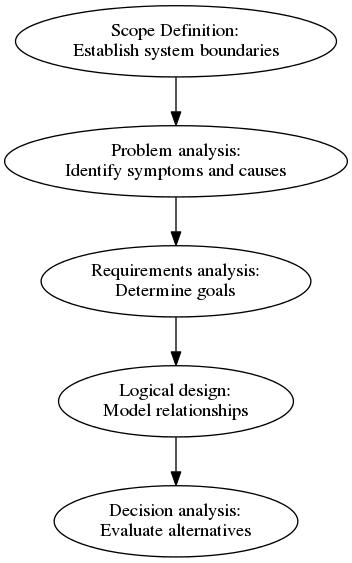
This is images/systems_analysis_01.png from brianhigh/research-computing, a Graphviz export, as it was before one commit. Its source is kept beside it as images/systems_analysis_01.dot. Source of this version:
```dot
digraph Systems_Analysis {
    S [label="Scope Definition:\nEstablish system boundaries"];
    P [label="Problem analysis:\nIdentify symptoms and causes"];
    R [label="Requirements analysis:\nDetermine goals"];
    L [label="Logical design:\nModel relationships"];
    D [label="Decision analysis:\nEvaluate alternatives"];
    S -> P;
    P -> R;
    R -> L;
    L -> D;
}
```
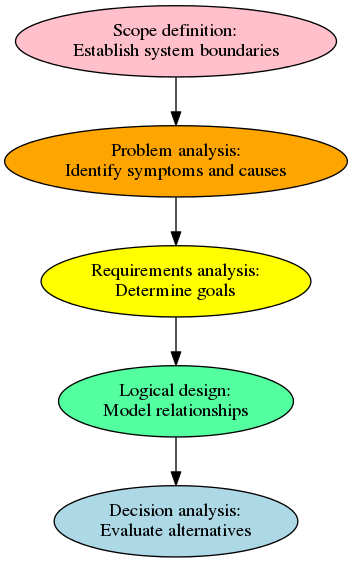
The same diagram one commit later.

Diff of the diagram source:
```diff
@@ -1,11 +1,14 @@
 digraph Systems_Analysis {
-    S [label="Scope Definition:\nEstablish system boundaries"];
-    P [label="Problem analysis:\nIdentify symptoms and causes"];
-    R [label="Requirements analysis:\nDetermine goals"];
-    L [label="Logical design:\nModel relationships"];
-    D [label="Decision analysis:\nEvaluate alternatives"];
+
+    S [label="Scope definition:\nEstablish system boundaries", style=filled fillcolor=pink];
+    P [label="Problem analysis:\nIdentify symptoms and causes", style=filled fillcolor=orange];
+    R [label="Requirements analysis:\nDetermine goals", style=filled fillcolor=yellow];
+    L [label="Logical design:\nModel relationships", style=filled fillcolor=seagreen1];
+    D [label="Decision analysis:\nEvaluate alternatives", style=filled fillcolor=lightblue];
+
     S -> P;
     P -> R;
     R -> L;
     L -> D;
+
 }
```
